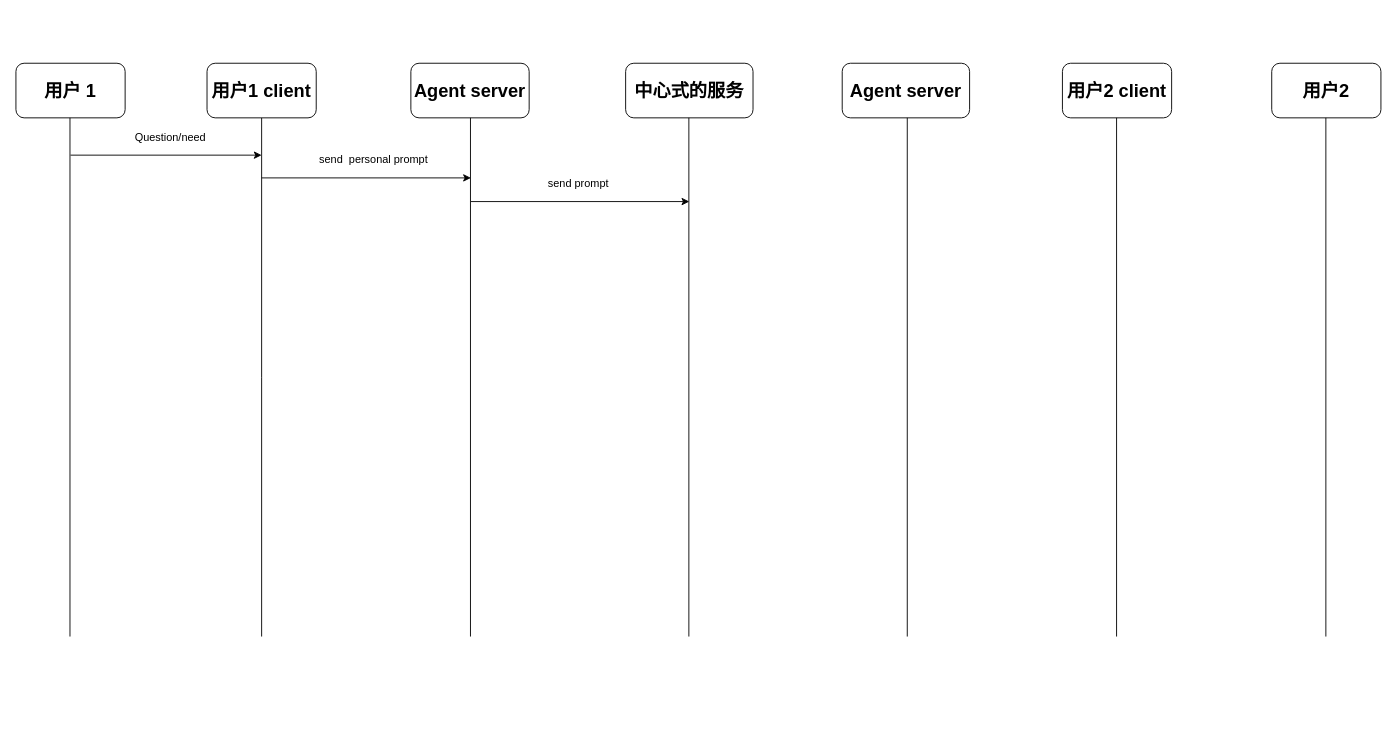
The draw.io diagram page "通信序列图" (2 of 4) of 未命名绘图.drawio in Riesling00/design, before the edit. Source tidied: cells renumbered, new cells numbered last; positions are measured from the earlier drawing's top-left corner, leaving out a move shared by most shapes. Both pictures are drawn from the tidied source at 91%, with x=0, y=0 at pixel (15, 63).
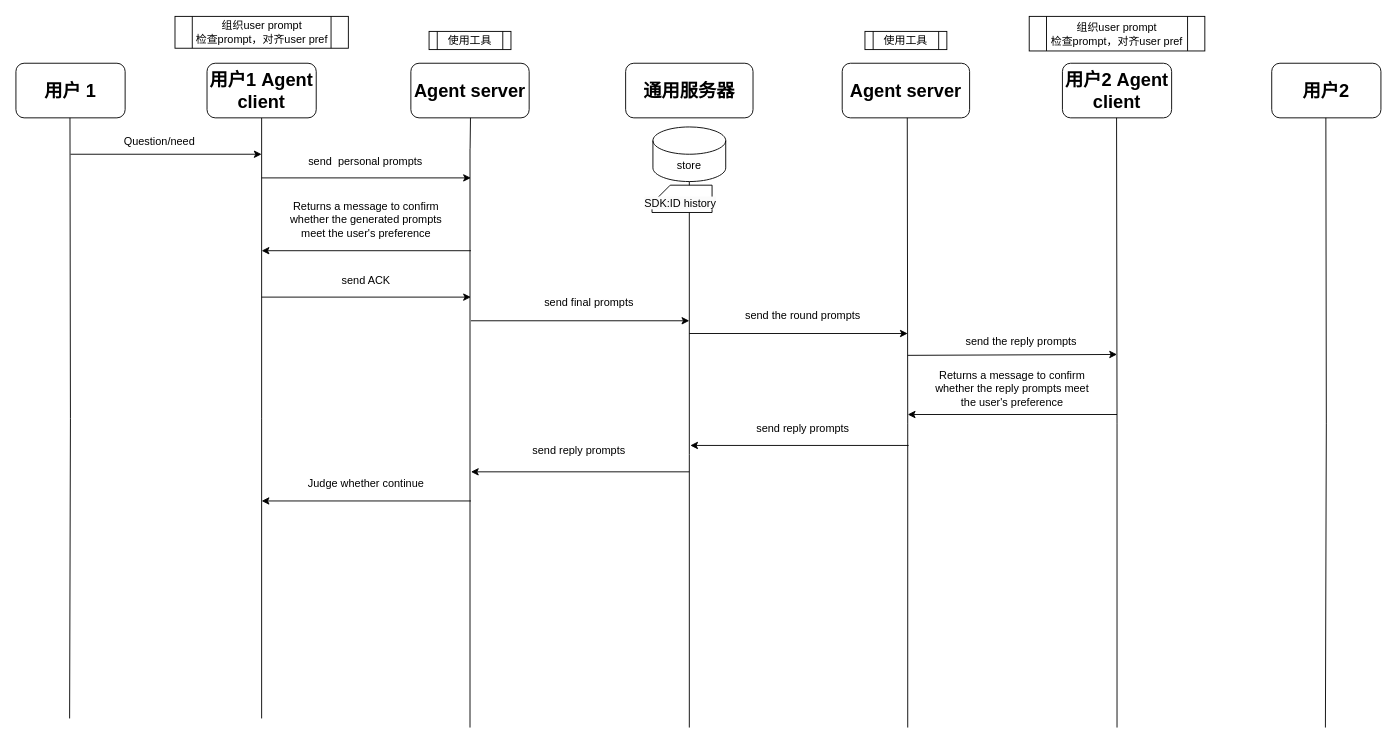
The same diagram, later.

The edit, as a diff of the source:
```diff
@@
     <mxCell id="2" style="edgeStyle=orthogonalEdgeStyle;rounded=0;jettySize=auto;html=1;exitX=0.5;exitY=1;exitDx=0;exitDy=0;endArrow=none;endFill=0;" parent="1" edge="1" source="3">
       <mxGeometry relative="1" as="geometry">
-        <mxPoint x="270" y="630" as="targetPoint" />
+        <mxPoint x="270" y="720" as="targetPoint" />
       </mxGeometry>
     </mxCell>
-    <mxCell id="3" value="用户1 client" style="rounded=1;whiteSpace=wrap;html=1;fontStyle=1;fontSize=20;" parent="1" vertex="1">
+    <mxCell id="3" value="用户1 Agent client" style="rounded=1;whiteSpace=wrap;html=1;fontStyle=1;fontSize=20;" parent="1" vertex="1">
       <mxGeometry x="210" width="120" height="60" as="geometry" />
     </mxCell>
-    <mxCell id="4" value="用户2 client" style="rounded=1;whiteSpace=wrap;html=1;fontStyle=1;fontSize=20;" parent="1" vertex="1">
+    <mxCell id="4" value="用户2 Agent client" style="rounded=1;whiteSpace=wrap;html=1;fontStyle=1;fontSize=20;" parent="1" vertex="1">
       <mxGeometry x="1150" width="120" height="60" as="geometry" />
     </mxCell>
-    <mxCell id="5" value="中心式的服务" style="rounded=1;whiteSpace=wrap;html=1;fontStyle=1;fontSize=20;" parent="1" vertex="1">
+    <mxCell id="5" value="通用服务器" style="rounded=1;whiteSpace=wrap;html=1;fontStyle=1;fontSize=20;" parent="1" vertex="1">
       <mxGeometry x="670" width="140" height="60" as="geometry" />
     </mxCell>
-    <mxCell id="6" style="edgeStyle=orthogonalEdgeStyle;rounded=0;orthogonalLoop=1;jettySize=auto;html=1;exitX=0.5;exitY=1;exitDx=0;exitDy=0;endArrow=none;endFill=0;" parent="1" edge="1">
+    <mxCell id="6" style="edgeStyle=orthogonalEdgeStyle;rounded=0;jettySize=auto;html=1;exitX=0.5;exitY=1;exitDx=0;exitDy=0;endArrow=none;endFill=0;" parent="1" edge="1" source="23">
       <mxGeometry relative="1" as="geometry">
-        <mxPoint x="739.5" y="60" as="sourcePoint" />
-        <mxPoint x="739.5" y="630" as="targetPoint" />
+        <mxPoint x="740" y="730" as="targetPoint" />
       </mxGeometry>
     </mxCell>
     <mxCell id="7" style="edgeStyle=orthogonalEdgeStyle;rounded=0;orthogonalLoop=1;jettySize=auto;html=1;exitX=0.5;exitY=1;exitDx=0;exitDy=0;endArrow=none;endFill=0;" parent="1" edge="1">
       <mxGeometry relative="1" as="geometry">
         <mxPoint x="1209.5" y="60" as="sourcePoint" />
-        <mxPoint x="1209.5" y="630" as="targetPoint" />
+        <mxPoint x="1210" y="730" as="targetPoint" />
       </mxGeometry>
     </mxCell>
@@
     <mxCell id="9" style="edgeStyle=orthogonalEdgeStyle;rounded=0;orthogonalLoop=1;jettySize=auto;html=1;exitX=0.5;exitY=1;exitDx=0;exitDy=0;endArrow=none;endFill=0;" parent="1" edge="1">
       <mxGeometry relative="1" as="geometry">
         <mxPoint x="59.4" y="60" as="sourcePoint" />
-        <mxPoint x="59.4" y="630" as="targetPoint" />
+        <mxPoint x="59" y="720" as="targetPoint" />
       </mxGeometry>
     </mxCell>
     <mxCell id="10" style="endArrow=classic;html=1;rounded=0;" parent="1" edge="1">
       <mxGeometry relative="1" as="geometry">
-        <mxPoint x="60" y="101" as="sourcePoint" />
-        <mxPoint x="270" y="101" as="targetPoint" />
+        <mxPoint x="60" y="100" as="sourcePoint" />
+        <mxPoint x="270" y="100" as="targetPoint" />
       </mxGeometry>
     </mxCell>
     <mxCell id="11" value="Question/need" style="rounded=0;whiteSpace=wrap;html=1;strokeColor=#FFFFFF;" parent="1" vertex="1">
-      <mxGeometry x="110" y="70" width="120" height="24" as="geometry" />
+      <mxGeometry x="97.5" y="74" width="120" height="24" as="geometry" />
     </mxCell>
@@
     <mxCell id="13" style="edgeStyle=orthogonalEdgeStyle;rounded=0;orthogonalLoop=1;jettySize=auto;html=1;exitX=0.5;exitY=1;exitDx=0;exitDy=0;endArrow=none;endFill=0;" parent="1" edge="1">
       <mxGeometry relative="1" as="geometry">
-        <mxPoint x="499.5" y="60" as="sourcePoint" />
-        <mxPoint x="499.5" y="630" as="targetPoint" />
+        <mxPoint x="499" y="94" as="sourcePoint" />
+        <mxPoint x="499" y="730" as="targetPoint" />
       </mxGeometry>
     </mxCell>
@@
-    <mxCell id="15" value="send&amp;nbsp; personal prompt&amp;nbsp;" style="rounded=0;whiteSpace=wrap;html=1;strokeColor=#FFFFFF;" parent="1" vertex="1">
-      <mxGeometry x="320" y="94" width="150" height="24" as="geometry" />
+    <mxCell id="15" value="send&amp;nbsp; personal prompts&amp;nbsp;" style="rounded=0;whiteSpace=wrap;html=1;strokeColor=#FFFFFF;" parent="1" vertex="1">
+      <mxGeometry x="311" y="96" width="150" height="24" as="geometry" />
     </mxCell>
@@
     <mxCell id="17" style="edgeStyle=orthogonalEdgeStyle;rounded=0;orthogonalLoop=1;jettySize=auto;html=1;exitX=0.5;exitY=1;exitDx=0;exitDy=0;endArrow=none;endFill=0;" parent="1" edge="1">
       <mxGeometry relative="1" as="geometry">
         <mxPoint x="979.5" y="60" as="sourcePoint" />
-        <mxPoint x="979.5" y="630" as="targetPoint" />
+        <mxPoint x="980" y="730" as="targetPoint" />
       </mxGeometry>
     </mxCell>
     <mxCell id="18" style="endArrow=classic;html=1;rounded=0;" parent="1" edge="1">
       <mxGeometry relative="1" as="geometry">
-        <mxPoint x="500" y="152" as="sourcePoint" />
-        <mxPoint x="740" y="152" as="targetPoint" />
+        <mxPoint x="500" y="283" as="sourcePoint" />
+        <mxPoint x="740" y="283" as="targetPoint" />
       </mxGeometry>
     </mxCell>
-    <mxCell id="19" value="send prompt&amp;nbsp;" style="rounded=0;whiteSpace=wrap;html=1;strokeColor=#FFFFFF;" parent="1" vertex="1">
-      <mxGeometry x="560" y="120" width="120" height="24" as="geometry" />
+    <mxCell id="19" value="send final prompts" style="rounded=0;whiteSpace=wrap;html=1;strokeColor=#FFFFFF;" parent="1" vertex="1">
+      <mxGeometry x="570" y="251" width="120" height="24" as="geometry" />
     </mxCell>
@@
     <mxCell id="21" style="edgeStyle=orthogonalEdgeStyle;rounded=0;orthogonalLoop=1;jettySize=auto;html=1;exitX=0.5;exitY=1;exitDx=0;exitDy=0;endArrow=none;endFill=0;" parent="1" edge="1">
       <mxGeometry relative="1" as="geometry">
         <mxPoint x="1439.5" y="60" as="sourcePoint" />
-        <mxPoint x="1439.5" y="630" as="targetPoint" />
+        <mxPoint x="1439" y="730" as="targetPoint" />
       </mxGeometry>
     </mxCell>
+    <mxCell id="22" style="endArrow=none;html=1;rounded=0;endFill=0;startArrow=classic;startFill=1;" parent="1" edge="1">
+      <mxGeometry relative="1" as="geometry">
+        <mxPoint x="270" y="206" as="sourcePoint" />
+        <mxPoint x="500" y="206" as="targetPoint" />
+      </mxGeometry>
+    </mxCell>
+    <mxCell id="23" value="store" style="shape=cylinder3;whiteSpace=wrap;html=1;boundedLbl=1;backgroundOutline=1;size=15;" parent="1" vertex="1">
+      <mxGeometry x="700" y="70" width="80" height="60" as="geometry" />
+    </mxCell>
+    <mxCell id="24" value="Returns a message to confirm whether the generated prompts meet the user's preference" style="rounded=0;whiteSpace=wrap;html=1;strokeColor=#FFFFFF;" parent="1" vertex="1">
+      <mxGeometry x="290" y="160" width="190" height="24" as="geometry" />
+    </mxCell>
+    <mxCell id="25" style="endArrow=classic;html=1;rounded=0;" parent="1" edge="1">
+      <mxGeometry relative="1" as="geometry">
+        <mxPoint x="270" y="257" as="sourcePoint" />
+        <mxPoint x="500" y="257" as="targetPoint" />
+      </mxGeometry>
+    </mxCell>
+    <mxCell id="26" value="send ACK" style="rounded=0;whiteSpace=wrap;html=1;strokeColor=#FFFFFF;" parent="1" vertex="1">
+      <mxGeometry x="310" y="227" width="150" height="24" as="geometry" />
+    </mxCell>
+    <mxCell id="27" style="endArrow=classic;html=1;rounded=0;" parent="1" edge="1">
+      <mxGeometry relative="1" as="geometry">
+        <mxPoint x="740" y="297" as="sourcePoint" />
+        <mxPoint x="980" y="297" as="targetPoint" />
+      </mxGeometry>
+    </mxCell>
+    <mxCell id="28" value="send the round prompts" style="rounded=0;whiteSpace=wrap;html=1;strokeColor=#FFFFFF;" parent="1" vertex="1">
+      <mxGeometry x="790" y="265" width="150" height="24" as="geometry" />
+    </mxCell>
+    <mxCell id="29" style="group;" parent="1" vertex="1">
+      <mxGeometry x="689" y="134" width="86" height="30" as="geometry" />
+    </mxCell>
+    <mxCell id="30" style="verticalLabelPosition=bottom;verticalAlign=top;html=1;shape=card;whiteSpace=wrap;size=20;arcSize=12;" parent="29" vertex="1">
+      <mxGeometry x="10" width="66" height="30" as="geometry" />
+    </mxCell>
+    <mxCell id="31" value="&lt;span style=&quot;color: rgb(0, 0, 0); font-family: Helvetica; font-size: 12px; font-style: normal; font-variant-ligatures: normal; font-variant-caps: normal; font-weight: 400; letter-spacing: normal; orphans: 2; text-align: center; text-indent: 0px; text-transform: none; widows: 2; word-spacing: 0px; -webkit-text-stroke-width: 0px; white-space: normal; background-color: rgb(251, 251, 251); text-decoration-thickness: initial; text-decoration-style: initial; text-decoration-color: initial; display: inline !important; float: none;&quot;&gt;SDK:ID history&lt;/span&gt;" style="text;whiteSpace=wrap;html=1;" parent="29" vertex="1">
+      <mxGeometry y="6" width="86" height="20" as="geometry" />
+    </mxCell>
+    <mxCell id="32" style="endArrow=classic;html=1;rounded=0;" parent="1" edge="1">
+      <mxGeometry relative="1" as="geometry">
+        <mxPoint x="980" y="321" as="sourcePoint" />
+        <mxPoint x="1210" y="320" as="targetPoint" />
+      </mxGeometry>
+    </mxCell>
+    <mxCell id="33" value="send the reply prompts" style="rounded=0;whiteSpace=wrap;html=1;strokeColor=#FFFFFF;" parent="1" vertex="1">
+      <mxGeometry x="1030" y="294" width="150" height="24" as="geometry" />
+    </mxCell>
+    <mxCell id="34" style="edgeStyle=orthogonalEdgeStyle;rounded=0;orthogonalLoop=1;jettySize=auto;html=1;exitX=0.5;exitY=1;exitDx=0;exitDy=0;endArrow=none;endFill=0;" parent="1" edge="1">
+      <mxGeometry relative="1" as="geometry">
+        <mxPoint x="499.5" y="60" as="sourcePoint" />
+        <mxPoint x="499.1" y="94" as="targetPoint" />
+      </mxGeometry>
+    </mxCell>
+    <mxCell id="35" value="使用工具" style="shape=process;whiteSpace=wrap;html=1;backgroundOutline=1;" parent="1" vertex="1">
+      <mxGeometry x="454" y="-35" width="90" height="20" as="geometry" />
+    </mxCell>
+    <mxCell id="36" value="使用工具" style="shape=process;whiteSpace=wrap;html=1;backgroundOutline=1;" parent="1" vertex="1">
+      <mxGeometry x="933" y="-35" width="90" height="20" as="geometry" />
+    </mxCell>
+    <mxCell id="37" value="组织user prompt&lt;div&gt;检查prompt，对齐user pref&lt;/div&gt;" style="shape=process;whiteSpace=wrap;html=1;backgroundOutline=1;" parent="1" vertex="1">
+      <mxGeometry x="1113.5" y="-51.5" width="193" height="38" as="geometry" />
+    </mxCell>
+    <mxCell id="38" style="endArrow=none;html=1;rounded=0;endFill=0;startArrow=classic;startFill=1;" parent="1" edge="1">
+      <mxGeometry relative="1" as="geometry">
+        <mxPoint x="980" y="386" as="sourcePoint" />
+        <mxPoint x="1210" y="386" as="targetPoint" />
+      </mxGeometry>
+    </mxCell>
+    <mxCell id="39" value="Returns a message to confirm whether the reply prompts meet the user's preference" style="rounded=0;whiteSpace=wrap;html=1;strokeColor=#FFFFFF;" parent="1" vertex="1">
+      <mxGeometry x="1000" y="346" width="190" height="24" as="geometry" />
+    </mxCell>
+    <mxCell id="40" value="组织user prompt&lt;div&gt;检查prompt，对齐user pref&lt;/div&gt;" style="shape=process;whiteSpace=wrap;html=1;backgroundOutline=1;" parent="1" vertex="1">
+      <mxGeometry x="174.8" y="-51.5" width="190.5" height="35" as="geometry" />
+    </mxCell>
+    <mxCell id="41" style="endArrow=none;html=1;rounded=0;startArrow=classic;startFill=1;endFill=0;" parent="1" edge="1">
+      <mxGeometry relative="1" as="geometry">
+        <mxPoint x="741" y="420" as="sourcePoint" />
+        <mxPoint x="981" y="420" as="targetPoint" />
+      </mxGeometry>
+    </mxCell>
+    <mxCell id="42" value="send reply prompts" style="rounded=0;whiteSpace=wrap;html=1;strokeColor=#FFFFFF;" parent="1" vertex="1">
+      <mxGeometry x="790" y="390" width="150" height="24" as="geometry" />
+    </mxCell>
+    <mxCell id="43" style="endArrow=none;html=1;rounded=0;startArrow=classic;startFill=1;endFill=0;" parent="1" edge="1">
+      <mxGeometry relative="1" as="geometry">
+        <mxPoint x="500" y="449" as="sourcePoint" />
+        <mxPoint x="740" y="449" as="targetPoint" />
+      </mxGeometry>
+    </mxCell>
+    <mxCell id="44" value="send reply prompts" style="rounded=0;whiteSpace=wrap;html=1;strokeColor=#FFFFFF;" parent="1" vertex="1">
+      <mxGeometry x="544" y="414" width="150" height="24" as="geometry" />
+    </mxCell>
+    <mxCell id="45" style="endArrow=none;html=1;rounded=0;endFill=0;startArrow=classic;startFill=1;" parent="1" edge="1">
+      <mxGeometry relative="1" as="geometry">
+        <mxPoint x="270" y="481" as="sourcePoint" />
+        <mxPoint x="500" y="481" as="targetPoint" />
+      </mxGeometry>
+    </mxCell>
+    <mxCell id="46" value="Judge whether continue" style="rounded=0;whiteSpace=wrap;html=1;strokeColor=#FFFFFF;" parent="1" vertex="1">
+      <mxGeometry x="290" y="450" width="190" height="24" as="geometry" />
+    </mxCell>
```
